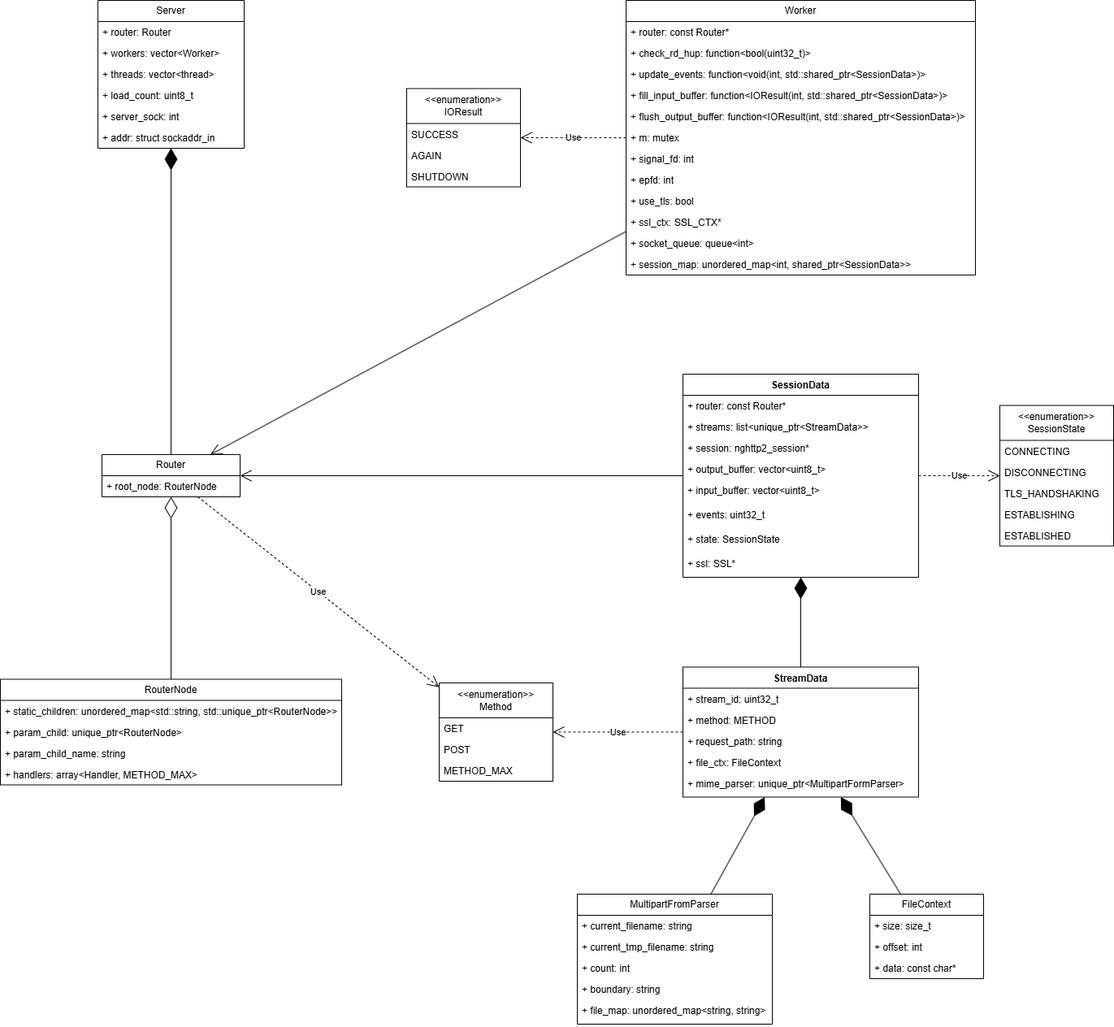
This is assets/img/projects/h2_server/class_diagram.png from hyeonsu-choe/hyeonsu-choe.github.io, a draw.io export, as it was before one commit. Source tidied: cells renumbered, new cells last; positions are measured from the earlier drawing's top-left corner, leaving out a move shared by most shapes.
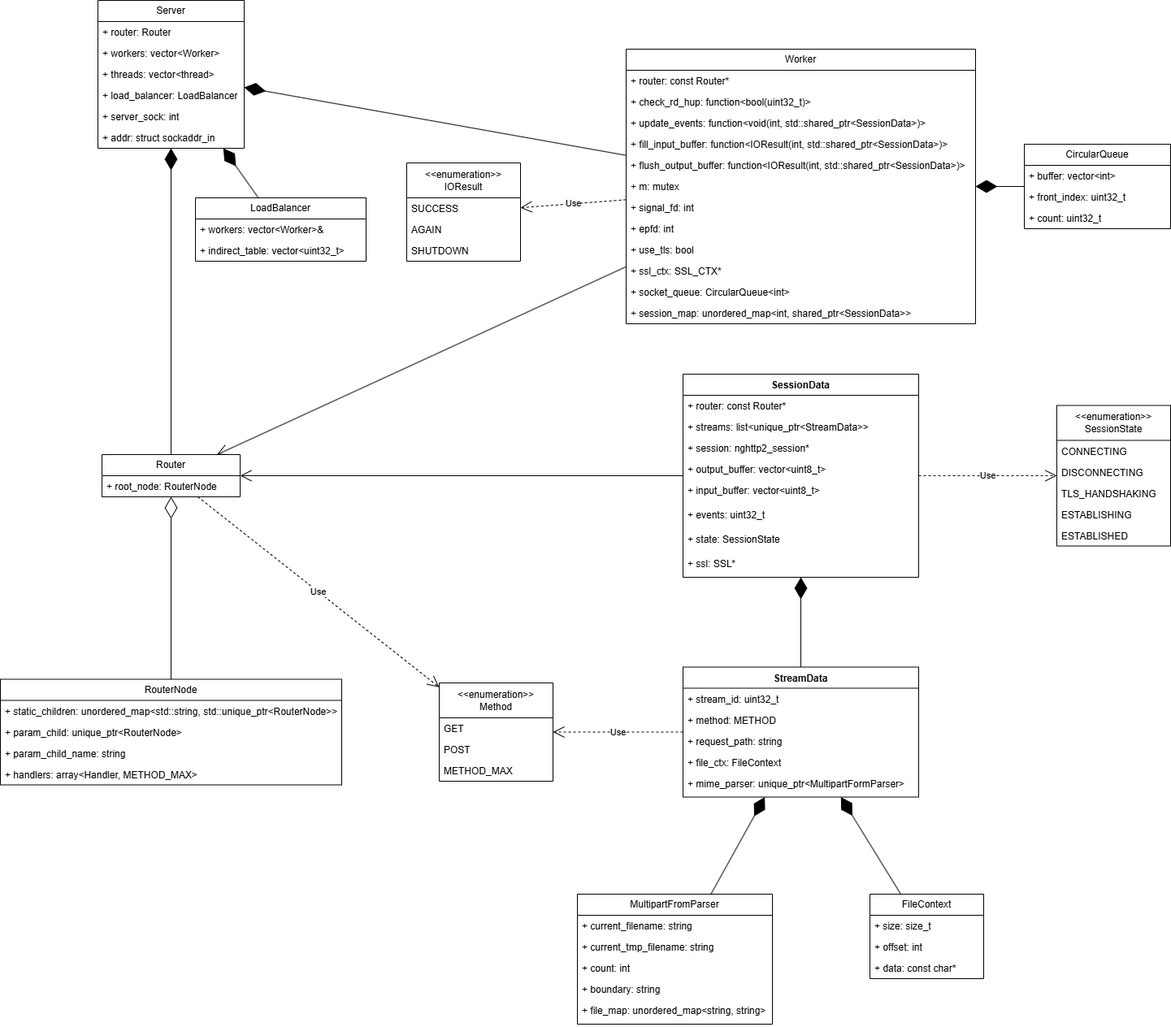
The same diagram one commit later.

The edit, as a diff of the source:
```diff
@@ -69,7 +69,7 @@
       <mxGeometry relative="1" as="geometry" />
     </mxCell>
     <mxCell id="24" value="&amp;lt;&amp;lt;enumeration&amp;gt;&amp;gt;&lt;div&gt;SessionState&lt;/div&gt;" style="swimlane;fontStyle=0;horizontal=1;startSize=43;fillColor=none;whiteSpace=wrap;html=1;" parent="1" vertex="1">
-      <mxGeometry x="1230" y="498.5" width="140" height="173" as="geometry" />
+      <mxGeometry x="1300" y="498.5" width="140" height="173" as="geometry" />
     </mxCell>
     <mxCell id="25" value="CONNECTING" style="text;strokeColor=none;fillColor=none;align=left;verticalAlign=top;spacingLeft=4;spacingRight=4;overflow=hidden;whiteSpace=wrap;html=1;" parent="24" vertex="1">
       <mxGeometry y="43" width="140" height="26" as="geometry" />
@@ -161,7 +161,7 @@
     <mxCell id="54" value="+ threads: vector&amp;lt;thread&amp;gt;" style="text;strokeColor=none;fillColor=none;align=left;verticalAlign=top;spacingLeft=4;spacingRight=4;overflow=hidden;whiteSpace=wrap;html=1;" parent="51" vertex="1">
       <mxGeometry y="78" width="180" height="26" as="geometry" />
     </mxCell>
-    <mxCell id="55" value="+ load_count: uint8_t" style="text;strokeColor=none;fillColor=none;align=left;verticalAlign=top;spacingLeft=4;spacingRight=4;overflow=hidden;whiteSpace=wrap;html=1;" parent="51" vertex="1">
+    <mxCell id="55" value="+ load_balancer: LoadBalancer" style="text;strokeColor=none;fillColor=none;align=left;verticalAlign=top;spacingLeft=4;spacingRight=4;overflow=hidden;whiteSpace=wrap;html=1;" parent="51" vertex="1">
       <mxGeometry y="104" width="180" height="26" as="geometry" />
     </mxCell>
     <mxCell id="56" value="+ server_sock: int" style="text;strokeColor=none;fillColor=none;align=left;verticalAlign=top;spacingLeft=4;spacingRight=4;overflow=hidden;whiteSpace=wrap;html=1;" parent="51" vertex="1">
@@ -174,7 +174,7 @@
       <mxGeometry relative="1" as="geometry" />
     </mxCell>
     <mxCell id="59" value="Worker" style="swimlane;fontStyle=0;horizontal=1;startSize=26;fillColor=none;whiteSpace=wrap;html=1;" parent="1" vertex="1">
-      <mxGeometry x="770" width="430" height="338" as="geometry" />
+      <mxGeometry x="770" y="60" width="430" height="338" as="geometry" />
     </mxCell>
     <mxCell id="60" value="+ router: const Router*" style="text;strokeColor=none;fillColor=none;align=left;verticalAlign=top;spacingLeft=4;spacingRight=4;overflow=hidden;whiteSpace=wrap;html=1;" parent="59" vertex="1">
       <mxGeometry y="26" width="430" height="26" as="geometry" />
@@ -206,14 +206,14 @@
     <mxCell id="69" value="+ ssl_ctx: SSL_CTX*" style="text;strokeColor=none;fillColor=none;align=left;verticalAlign=top;spacingLeft=4;spacingRight=4;overflow=hidden;whiteSpace=wrap;html=1;" parent="59" vertex="1">
       <mxGeometry y="260" width="430" height="26" as="geometry" />
     </mxCell>
-    <mxCell id="70" value="+ socket_queue: queue&amp;lt;int&amp;gt;" style="text;strokeColor=none;fillColor=none;align=left;verticalAlign=top;spacingLeft=4;spacingRight=4;overflow=hidden;whiteSpace=wrap;html=1;" parent="59" vertex="1">
+    <mxCell id="70" value="+ socket_queue: CircularQueue&amp;lt;int&amp;gt;" style="text;strokeColor=none;fillColor=none;align=left;verticalAlign=top;spacingLeft=4;spacingRight=4;overflow=hidden;whiteSpace=wrap;html=1;" parent="59" vertex="1">
       <mxGeometry y="286" width="430" height="26" as="geometry" />
     </mxCell>
     <mxCell id="71" value="+ session_map:&amp;nbsp;unordered_map&amp;lt;int, shared_ptr&amp;lt;SessionData&amp;gt;&amp;gt;" style="text;strokeColor=none;fillColor=none;align=left;verticalAlign=top;spacingLeft=4;spacingRight=4;overflow=hidden;whiteSpace=wrap;html=1;" parent="59" vertex="1">
       <mxGeometry y="312" width="430" height="26" as="geometry" />
     </mxCell>
     <mxCell id="72" value="&amp;lt;&amp;lt;enumeration&amp;gt;&amp;gt;&lt;div&gt;IOResult&lt;/div&gt;" style="swimlane;fontStyle=0;horizontal=1;startSize=43;fillColor=none;whiteSpace=wrap;html=1;" parent="1" vertex="1">
-      <mxGeometry x="500" y="108.5" width="140" height="121" as="geometry" />
+      <mxGeometry x="500" y="200" width="140" height="121" as="geometry" />
     </mxCell>
     <mxCell id="73" value="SUCCESS" style="text;strokeColor=none;fillColor=none;align=left;verticalAlign=top;spacingLeft=4;spacingRight=4;overflow=hidden;whiteSpace=wrap;html=1;" parent="72" vertex="1">
       <mxGeometry y="43" width="140" height="26" as="geometry" />
@@ -233,5 +233,35 @@
     <mxCell id="78" style="endArrow=open;endFill=1;endSize=12;html=1;rounded=0;" parent="1" edge="1" source="59" target="47">
       <mxGeometry relative="1" as="geometry" />
     </mxCell>
+    <mxCell id="79" value="LoadBalancer" style="swimlane;fontStyle=0;horizontal=1;startSize=26;fillColor=none;whiteSpace=wrap;html=1;" parent="1" vertex="1">
+      <mxGeometry x="240" y="243" width="210" height="78" as="geometry" />
+    </mxCell>
+    <mxCell id="80" value="+ workers: vector&amp;lt;Worker&amp;gt;&amp;amp;" style="text;strokeColor=none;fillColor=none;align=left;verticalAlign=top;spacingLeft=4;spacingRight=4;overflow=hidden;whiteSpace=wrap;html=1;" parent="79" vertex="1">
+      <mxGeometry y="26" width="210" height="26" as="geometry" />
+    </mxCell>
+    <mxCell id="81" value="+ indirect_table: vector&amp;lt;uint32_t&amp;gt;" style="text;strokeColor=none;fillColor=none;align=left;verticalAlign=top;spacingLeft=4;spacingRight=4;overflow=hidden;whiteSpace=wrap;html=1;" parent="79" vertex="1">
+      <mxGeometry y="52" width="210" height="26" as="geometry" />
+    </mxCell>
+    <mxCell id="82" style="endArrow=diamondThin;endFill=1;endSize=24;html=1;rounded=0;" parent="1" edge="1" source="79" target="51">
+      <mxGeometry relative="1" as="geometry" />
+    </mxCell>
+    <mxCell id="83" style="endArrow=diamondThin;endFill=1;endSize=24;html=1;rounded=0;" parent="1" edge="1" source="59" target="51">
+      <mxGeometry relative="1" as="geometry" />
+    </mxCell>
+    <mxCell id="84" value="CircularQueue" style="swimlane;fontStyle=0;horizontal=1;startSize=26;fillColor=none;whiteSpace=wrap;html=1;" parent="1" vertex="1">
+      <mxGeometry x="1260" y="177" width="180" height="104" as="geometry" />
+    </mxCell>
+    <mxCell id="85" value="+ buffer: vector&amp;lt;int&amp;gt;" style="text;strokeColor=none;fillColor=none;align=left;verticalAlign=top;spacingLeft=4;spacingRight=4;overflow=hidden;whiteSpace=wrap;html=1;" parent="84" vertex="1">
+      <mxGeometry y="26" width="180" height="26" as="geometry" />
+    </mxCell>
+    <mxCell id="86" value="+ front_index: uint32_t" style="text;strokeColor=none;fillColor=none;align=left;verticalAlign=top;spacingLeft=4;spacingRight=4;overflow=hidden;whiteSpace=wrap;html=1;" parent="84" vertex="1">
+      <mxGeometry y="52" width="180" height="26" as="geometry" />
+    </mxCell>
+    <mxCell id="87" value="+ count: uint32_t" style="text;strokeColor=none;fillColor=none;align=left;verticalAlign=top;spacingLeft=4;spacingRight=4;overflow=hidden;whiteSpace=wrap;html=1;" parent="84" vertex="1">
+      <mxGeometry y="78" width="180" height="26" as="geometry" />
+    </mxCell>
+    <mxCell id="88" style="endArrow=diamondThin;endFill=1;endSize=24;html=1;rounded=0;" parent="1" edge="1" source="84" target="59">
+      <mxGeometry relative="1" as="geometry" />
+    </mxCell>
   </root>
 </mxGraphModel>
```
